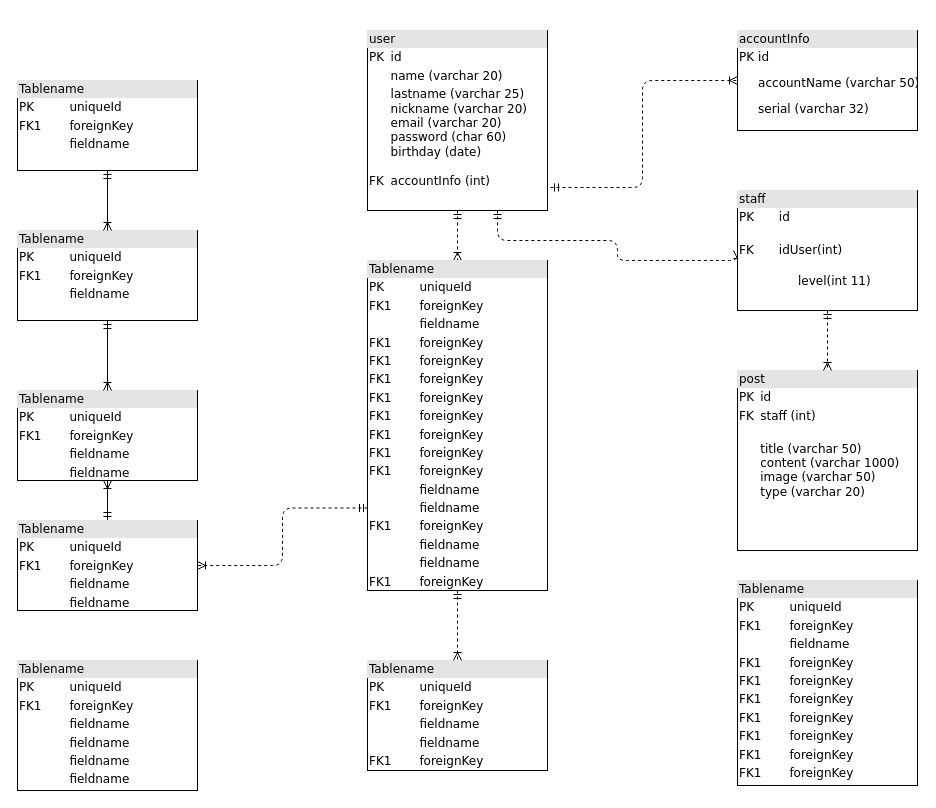
Earlier version of the draw.io diagram Diagramas/dbcif.drawio (Esteban528/diagramas). Source tidied: cells renumbered, new cells numbered last; positions are measured from the earlier drawing's top-left corner, leaving out a move shared by most shapes. Both pictures are drawn from the tidied source at 100%, with x=0, y=0 at pixel (17, 30).
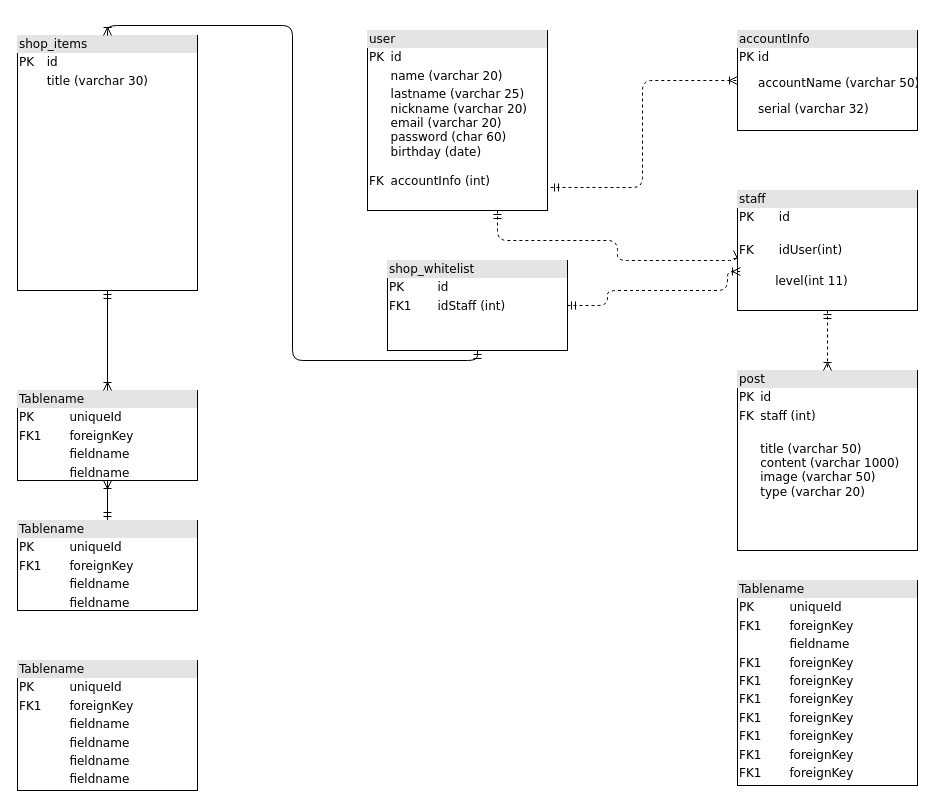
The same page after the edit.

The change refers to these unchanged cells:
```xml
<mxCell id="6" value="&lt;div style=&quot;box-sizing: border-box ; width: 100% ; background: #e4e4e4 ; padding: 2px&quot;&gt;user&lt;/div&gt;&lt;table style=&quot;width: 100% ; font-size: 1em&quot; cellpadding=&quot;2&quot; cellspacing=&quot;0&quot;&gt;&lt;tbody&gt;&lt;tr&gt;&lt;td&gt;PK&lt;/td&gt;&lt;td&gt;id&lt;/td&gt;&lt;/tr&gt;&lt;tr&gt;&lt;td&gt;&lt;br&gt;&lt;/td&gt;&lt;td&gt;name (varchar 20)&lt;/td&gt;&lt;/tr&gt;&lt;tr&gt;&lt;td&gt;&lt;br&gt;&lt;br&gt;&lt;br&gt;&lt;br&gt;&lt;br&gt;FK&lt;/td&gt;&lt;td&gt;lastname (varchar 25)&lt;br&gt;nickname (varchar 20)&lt;br&gt;email (varchar 20)&lt;br&gt;password (char 60)&lt;br&gt;birthday (date)&lt;br&gt;&lt;br&gt;accountInfo (int)&lt;br&gt;&lt;br&gt;&lt;/td&gt;&lt;/tr&gt;&lt;/tbody&gt;&lt;/table&gt;" style="verticalAlign=top;align=left;overflow=fill;html=1;rounded=0;shadow=0;comic=0;labelBackgroundColor=none;strokeWidth=1;fontFamily=Verdana;fontSize=12;" parent="1" vertex="1">
  <mxGeometry x="350" width="180" height="180" as="geometry" />
</mxCell>
<mxCell id="9" value="&lt;div style=&quot;box-sizing: border-box ; width: 100% ; background: #e4e4e4 ; padding: 2px&quot;&gt;Tablename&lt;/div&gt;&lt;table style=&quot;width: 100% ; font-size: 1em&quot; cellpadding=&quot;2&quot; cellspacing=&quot;0&quot;&gt;&lt;tbody&gt;&lt;tr&gt;&lt;td&gt;PK&lt;/td&gt;&lt;td&gt;uniqueId&lt;/td&gt;&lt;/tr&gt;&lt;tr&gt;&lt;td&gt;FK1&lt;/td&gt;&lt;td&gt;foreignKey&lt;/td&gt;&lt;/tr&gt;&lt;tr&gt;&lt;td&gt;&lt;/td&gt;&lt;td&gt;fieldname&lt;/td&gt;&lt;/tr&gt;&lt;tr&gt;&lt;td&gt;&lt;br&gt;&lt;/td&gt;&lt;td&gt;fieldname&lt;br&gt;&lt;/td&gt;&lt;/tr&gt;&lt;/tbody&gt;&lt;/table&gt;" style="verticalAlign=top;align=left;overflow=fill;html=1;rounded=0;shadow=0;comic=0;labelBackgroundColor=none;strokeWidth=1;fontFamily=Verdana;fontSize=12;" parent="1" vertex="1">
  <mxGeometry y="490" width="180" height="90" as="geometry" />
</mxCell>
```

The edit, as a diff of the source:
```diff
@@
-    <mxCell id="2" value="&lt;div style=&quot;box-sizing:border-box;width:100%;background:#e4e4e4;padding:2px;&quot;&gt;Tablename&lt;/div&gt;&lt;table style=&quot;width:100%;font-size:1em;&quot; cellpadding=&quot;2&quot; cellspacing=&quot;0&quot;&gt;&lt;tr&gt;&lt;td&gt;PK&lt;/td&gt;&lt;td&gt;uniqueId&lt;/td&gt;&lt;/tr&gt;&lt;tr&gt;&lt;td&gt;FK1&lt;/td&gt;&lt;td&gt;foreignKey&lt;/td&gt;&lt;/tr&gt;&lt;tr&gt;&lt;td&gt;&lt;/td&gt;&lt;td&gt;fieldname&lt;/td&gt;&lt;/tr&gt;&lt;/table&gt;" style="verticalAlign=top;align=left;overflow=fill;html=1;rounded=0;shadow=0;comic=0;labelBackgroundColor=none;strokeWidth=1;fontFamily=Verdana;fontSize=12;" parent="1" vertex="1">
-      <mxGeometry y="50" width="180" height="90" as="geometry" />
+    <mxCell id="2" value="&lt;div style=&quot;box-sizing:border-box;width:100%;background:#e4e4e4;padding:2px;&quot;&gt;shop_whitelist&lt;/div&gt;&lt;table style=&quot;width:100%;font-size:1em;&quot; cellpadding=&quot;2&quot; cellspacing=&quot;0&quot;&gt;&lt;tbody&gt;&lt;tr&gt;&lt;td&gt;PK&lt;/td&gt;&lt;td&gt;id&lt;/td&gt;&lt;/tr&gt;&lt;tr&gt;&lt;td&gt;FK1&lt;/td&gt;&lt;td&gt;idStaff (int)&lt;/td&gt;&lt;/tr&gt;&lt;tr&gt;&lt;td&gt;&lt;/td&gt;&lt;td&gt;&lt;br&gt;&lt;/td&gt;&lt;/tr&gt;&lt;/tbody&gt;&lt;/table&gt;" style="verticalAlign=top;align=left;overflow=fill;html=1;rounded=0;shadow=0;comic=0;labelBackgroundColor=none;strokeWidth=1;fontFamily=Verdana;fontSize=12;" parent="1" vertex="1">
+      <mxGeometry x="370" y="230" width="180" height="90" as="geometry" />
     </mxCell>
-    <mxCell id="3" style="edgeStyle=orthogonalEdgeStyle;html=1;entryX=0.5;entryY=0;dashed=1;labelBackgroundColor=none;startArrow=ERmandOne;endArrow=ERoneToMany;fontFamily=Verdana;fontSize=12;align=left;" parent="1" edge="1" source="6" target="16">
-      <mxGeometry relative="1" as="geometry" />
-    </mxCell>
@@
-    <mxCell id="8" style="edgeStyle=orthogonalEdgeStyle;html=1;exitX=0;exitY=0.75;entryX=1;entryY=0.5;dashed=1;labelBackgroundColor=none;startArrow=ERmandOne;endArrow=ERoneToMany;fontFamily=Verdana;fontSize=12;align=left;" parent="1" edge="1" source="16" target="9">
-      <mxGeometry relative="1" as="geometry" />
-    </mxCell>
@@
-    <mxCell id="12" value="&lt;div style=&quot;box-sizing:border-box;width:100%;background:#e4e4e4;padding:2px;&quot;&gt;Tablename&lt;/div&gt;&lt;table style=&quot;width:100%;font-size:1em;&quot; cellpadding=&quot;2&quot; cellspacing=&quot;0&quot;&gt;&lt;tr&gt;&lt;td&gt;PK&lt;/td&gt;&lt;td&gt;uniqueId&lt;/td&gt;&lt;/tr&gt;&lt;tr&gt;&lt;td&gt;FK1&lt;/td&gt;&lt;td&gt;foreignKey&lt;/td&gt;&lt;/tr&gt;&lt;tr&gt;&lt;td&gt;&lt;/td&gt;&lt;td&gt;fieldname&lt;/td&gt;&lt;/tr&gt;&lt;/table&gt;" style="verticalAlign=top;align=left;overflow=fill;html=1;rounded=0;shadow=0;comic=0;labelBackgroundColor=none;strokeWidth=1;fontFamily=Verdana;fontSize=12;" parent="1" vertex="1">
-      <mxGeometry y="200" width="180" height="90" as="geometry" />
+    <mxCell id="12" value="&lt;div style=&quot;box-sizing:border-box;width:100%;background:#e4e4e4;padding:2px;&quot;&gt;shop_items&lt;/div&gt;&lt;table style=&quot;width:100%;font-size:1em;&quot; cellpadding=&quot;2&quot; cellspacing=&quot;0&quot;&gt;&lt;tbody&gt;&lt;tr&gt;&lt;td&gt;PK&lt;/td&gt;&lt;td&gt;id&lt;/td&gt;&lt;/tr&gt;&lt;tr&gt;&lt;td&gt;&lt;br&gt;&lt;/td&gt;&lt;td&gt;title (varchar 30)&lt;/td&gt;&lt;/tr&gt;&lt;tr&gt;&lt;td&gt;&lt;/td&gt;&lt;td&gt;&lt;br&gt;&lt;/td&gt;&lt;/tr&gt;&lt;/tbody&gt;&lt;/table&gt;" style="verticalAlign=top;align=left;overflow=fill;html=1;rounded=0;shadow=0;comic=0;labelBackgroundColor=none;strokeWidth=1;fontFamily=Verdana;fontSize=12;" parent="1" vertex="1">
+      <mxGeometry y="5" width="180" height="255" as="geometry" />
     </mxCell>
@@
-    <mxCell id="14" value="&lt;div style=&quot;box-sizing: border-box ; width: 100% ; background: #e4e4e4 ; padding: 2px&quot;&gt;Tablename&lt;/div&gt;&lt;table style=&quot;width: 100% ; font-size: 1em&quot; cellpadding=&quot;2&quot; cellspacing=&quot;0&quot;&gt;&lt;tbody&gt;&lt;tr&gt;&lt;td&gt;PK&lt;/td&gt;&lt;td&gt;uniqueId&lt;/td&gt;&lt;/tr&gt;&lt;tr&gt;&lt;td&gt;FK1&lt;/td&gt;&lt;td&gt;foreignKey&lt;/td&gt;&lt;/tr&gt;&lt;tr&gt;&lt;td&gt;&lt;/td&gt;&lt;td&gt;fieldname&lt;/td&gt;&lt;/tr&gt;&lt;tr&gt;&lt;td&gt;&lt;br&gt;&lt;/td&gt;&lt;td&gt;fieldname&lt;br&gt;&lt;/td&gt;&lt;/tr&gt;&lt;tr&gt;&lt;td&gt;FK1&lt;br&gt;&lt;/td&gt;&lt;td&gt;foreignKey&lt;br&gt;&lt;/td&gt;&lt;/tr&gt;&lt;/tbody&gt;&lt;/table&gt;" style="verticalAlign=top;align=left;overflow=fill;html=1;rounded=0;shadow=0;comic=0;labelBackgroundColor=none;strokeWidth=1;fontFamily=Verdana;fontSize=12;" parent="1" vertex="1">
-      <mxGeometry x="350" y="630" width="180" height="110" as="geometry" />
-    </mxCell>
-    <mxCell id="15" style="edgeStyle=orthogonalEdgeStyle;html=1;entryX=0.5;entryY=0;labelBackgroundColor=none;startArrow=ERmandOne;endArrow=ERoneToMany;fontFamily=Verdana;fontSize=12;align=left;dashed=1;" parent="1" edge="1" source="16" target="14">
-      <mxGeometry relative="1" as="geometry" />
-    </mxCell>
-    <mxCell id="16" value="&lt;div style=&quot;box-sizing: border-box ; width: 100% ; background: #e4e4e4 ; padding: 2px&quot;&gt;Tablename&lt;/div&gt;&lt;table style=&quot;width: 100% ; font-size: 1em&quot; cellpadding=&quot;2&quot; cellspacing=&quot;0&quot;&gt;&lt;tbody&gt;&lt;tr&gt;&lt;td&gt;PK&lt;/td&gt;&lt;td&gt;uniqueId&lt;/td&gt;&lt;/tr&gt;&lt;tr&gt;&lt;td&gt;FK1&lt;/td&gt;&lt;td&gt;foreignKey&lt;/td&gt;&lt;/tr&gt;&lt;tr&gt;&lt;td&gt;&lt;/td&gt;&lt;td&gt;fieldname&lt;/td&gt;&lt;/tr&gt;&lt;tr&gt;&lt;td&gt;FK1&lt;br&gt;&lt;/td&gt;&lt;td&gt;foreignKey&lt;br&gt;&lt;/td&gt;&lt;/tr&gt;&lt;tr&gt;&lt;td&gt;FK1&lt;br&gt;&lt;/td&gt;&lt;td&gt;foreignKey&lt;br&gt;&lt;/td&gt;&lt;/tr&gt;&lt;tr&gt;&lt;td&gt;FK1&lt;br&gt;&lt;/td&gt;&lt;td&gt;foreignKey&lt;br&gt;&lt;/td&gt;&lt;/tr&gt;&lt;tr&gt;&lt;td&gt;FK1&lt;br&gt;&lt;/td&gt;&lt;td&gt;foreignKey&lt;br&gt;&lt;/td&gt;&lt;/tr&gt;&lt;tr&gt;&lt;td&gt;FK1&lt;br&gt;&lt;/td&gt;&lt;td&gt;foreignKey&lt;br&gt;&lt;/td&gt;&lt;/tr&gt;&lt;tr&gt;&lt;td&gt;FK1&lt;br&gt;&lt;/td&gt;&lt;td&gt;foreignKey&lt;br&gt;&lt;/td&gt;&lt;/tr&gt;&lt;tr&gt;&lt;td&gt;FK1&lt;br&gt;&lt;/td&gt;&lt;td&gt;foreignKey&lt;br&gt;&lt;/td&gt;&lt;/tr&gt;&lt;tr&gt;&lt;td&gt;FK1&lt;br&gt;&lt;/td&gt;&lt;td&gt;foreignKey&lt;br&gt;&lt;/td&gt;&lt;/tr&gt;&lt;tr&gt;&lt;td&gt;&lt;br&gt;&lt;/td&gt;&lt;td&gt;fieldname&lt;br&gt;&lt;/td&gt;&lt;/tr&gt;&lt;tr&gt;&lt;td&gt;&lt;br&gt;&lt;/td&gt;&lt;td&gt;fieldname&lt;br&gt;&lt;/td&gt;&lt;/tr&gt;&lt;tr&gt;&lt;td&gt;FK1&lt;br&gt;&lt;/td&gt;&lt;td&gt;foreignKey&lt;br&gt;&lt;/td&gt;&lt;/tr&gt;&lt;tr&gt;&lt;td&gt;&lt;br&gt;&lt;/td&gt;&lt;td&gt;fieldname&lt;br&gt;&lt;/td&gt;&lt;/tr&gt;&lt;tr&gt;&lt;td&gt;&lt;br&gt;&lt;/td&gt;&lt;td&gt;fieldname&lt;br&gt;&lt;/td&gt;&lt;/tr&gt;&lt;tr&gt;&lt;td&gt;FK1&lt;br&gt;&lt;/td&gt;&lt;td&gt;foreignKey&lt;br&gt;&lt;/td&gt;&lt;/tr&gt;&lt;/tbody&gt;&lt;/table&gt;" style="verticalAlign=top;align=left;overflow=fill;html=1;rounded=0;shadow=0;comic=0;labelBackgroundColor=none;strokeWidth=1;fontFamily=Verdana;fontSize=12;" parent="1" vertex="1">
-      <mxGeometry x="350" y="230" width="180" height="330" as="geometry" />
-    </mxCell>
-    <mxCell id="17" value="&lt;div style=&quot;box-sizing:border-box;width:100%;background:#e4e4e4;padding:2px;&quot;&gt;post&lt;/div&gt;&lt;table style=&quot;width:100%;font-size:1em;&quot; cellpadding=&quot;2&quot; cellspacing=&quot;0&quot;&gt;&lt;tbody&gt;&lt;tr&gt;&lt;td&gt;PK&lt;/td&gt;&lt;td&gt;id&lt;/td&gt;&lt;/tr&gt;&lt;tr&gt;&lt;td&gt;FK&lt;/td&gt;&lt;td&gt;staff (int)&lt;/td&gt;&lt;/tr&gt;&lt;tr&gt;&lt;td&gt;&lt;/td&gt;&lt;td&gt;&lt;br&gt;title (varchar 50)&lt;br&gt;content (varchar 1000)&lt;br&gt;image (varchar 50)&lt;br&gt;type (varchar 20)&lt;br&gt;&lt;br&gt;&lt;br&gt;&lt;br&gt;&lt;/td&gt;&lt;/tr&gt;&lt;/tbody&gt;&lt;/table&gt;" style="verticalAlign=top;align=left;overflow=fill;html=1;rounded=0;shadow=0;comic=0;labelBackgroundColor=none;strokeWidth=1;fontFamily=Verdana;fontSize=12;" parent="1" vertex="1">
+    <mxCell id="17" value="&lt;div style=&quot;box-sizing:border-box;width:100%;background:#e4e4e4;padding:2px;&quot;&gt;post&lt;/div&gt;&lt;table style=&quot;width:100%;font-size:1em;&quot; cellpadding=&quot;2&quot; cellspacing=&quot;0&quot;&gt;&lt;tbody&gt;&lt;tr&gt;&lt;td&gt;PK&lt;/td&gt;&lt;td&gt;id&lt;/td&gt;&lt;/tr&gt;&lt;tr&gt;&lt;td&gt;FK&lt;/td&gt;&lt;td&gt;staff (int)&lt;/td&gt;&lt;/tr&gt;&lt;tr&gt;&lt;td&gt;&lt;/td&gt;&lt;td&gt;&lt;br&gt;title (varchar 50)&lt;br&gt;content (varchar 1000)&lt;br&gt;image (varchar 50)&lt;br&gt;type (varchar 20)&lt;br&gt;&lt;br&gt;&lt;br&gt;&lt;br&gt;&lt;br&gt;&lt;/td&gt;&lt;/tr&gt;&lt;/tbody&gt;&lt;/table&gt;" style="verticalAlign=top;align=left;overflow=fill;html=1;rounded=0;shadow=0;comic=0;labelBackgroundColor=none;strokeWidth=1;fontFamily=Verdana;fontSize=12;" parent="1" vertex="1">
       <mxGeometry x="720" y="340" width="180" height="180" as="geometry" />
     </mxCell>
@@
-    <mxCell id="19" value="&lt;div style=&quot;box-sizing: border-box ; width: 100% ; background: #e4e4e4 ; padding: 2px&quot;&gt;staff&lt;/div&gt;&lt;table style=&quot;width: 100% ; font-size: 1em&quot; cellpadding=&quot;2&quot; cellspacing=&quot;0&quot;&gt;&lt;tbody&gt;&lt;tr&gt;&lt;td&gt;PK&lt;/td&gt;&lt;td&gt;id&lt;/td&gt;&lt;/tr&gt;&lt;tr&gt;&lt;td&gt;FK&lt;/td&gt;&lt;td&gt;&lt;br&gt;idUser(int)&lt;br&gt;&lt;br&gt;&lt;/td&gt;&lt;/tr&gt;&lt;/tbody&gt;&lt;/table&gt;&lt;span style=&quot;white-space: pre;&quot;&gt;&#9;&lt;/span&gt;&lt;span style=&quot;white-space: pre;&quot;&gt;&#9;&lt;/span&gt;level(int 11)&lt;br&gt;&lt;br&gt;&lt;span style=&quot;white-space: pre;&quot;&gt;&#9;&lt;/span&gt;&lt;span style=&quot;white-space: pre;&quot;&gt;&#9;&lt;/span&gt;" style="verticalAlign=top;align=left;overflow=fill;html=1;rounded=0;shadow=0;comic=0;labelBackgroundColor=none;strokeWidth=1;fontFamily=Verdana;fontSize=12;" parent="1" vertex="1">
+    <mxCell id="19" value="&lt;div style=&quot;box-sizing: border-box ; width: 100% ; background: #e4e4e4 ; padding: 2px&quot;&gt;staff&lt;/div&gt;&lt;table style=&quot;width: 100% ; font-size: 1em&quot; cellpadding=&quot;2&quot; cellspacing=&quot;0&quot;&gt;&lt;tbody&gt;&lt;tr&gt;&lt;td&gt;PK&lt;/td&gt;&lt;td&gt;id&lt;/td&gt;&lt;/tr&gt;&lt;tr&gt;&lt;td&gt;FK&lt;/td&gt;&lt;td&gt;&lt;br&gt;idUser(int)&lt;br&gt;&lt;br&gt;&lt;/td&gt;&lt;/tr&gt;&lt;/tbody&gt;&lt;/table&gt;&lt;span style=&quot;white-space: pre;&quot;&gt;&#9;&lt;/span&gt;&amp;nbsp; level(int 11)&lt;br&gt;&lt;br&gt;&lt;span style=&quot;white-space: pre;&quot;&gt;&#9;&lt;/span&gt;&lt;span style=&quot;white-space: pre;&quot;&gt;&#9;&lt;/span&gt;" style="verticalAlign=top;align=left;overflow=fill;html=1;rounded=0;shadow=0;comic=0;labelBackgroundColor=none;strokeWidth=1;fontFamily=Verdana;fontSize=12;" parent="1" vertex="1">
       <mxGeometry x="720" y="160" width="180" height="120" as="geometry" />
     </mxCell>
@@
+    <mxCell id="23" style="edgeStyle=orthogonalEdgeStyle;html=1;dashed=1;labelBackgroundColor=none;startArrow=ERmandOne;endArrow=ERoneToMany;fontFamily=Verdana;fontSize=12;align=left;entryX=0.017;entryY=0.675;entryDx=0;entryDy=0;entryPerimeter=0;exitX=1;exitY=0.5;exitDx=0;exitDy=0;" parent="1" edge="1" source="2" target="19">
+      <mxGeometry relative="1" as="geometry">
+        <Array as="points">
+          <mxPoint x="590" y="275" />
+          <mxPoint x="590" y="260" />
+          <mxPoint x="710" y="260" />
+          <mxPoint x="710" y="241" />
+        </Array>
+      </mxGeometry>
+    </mxCell>
```
